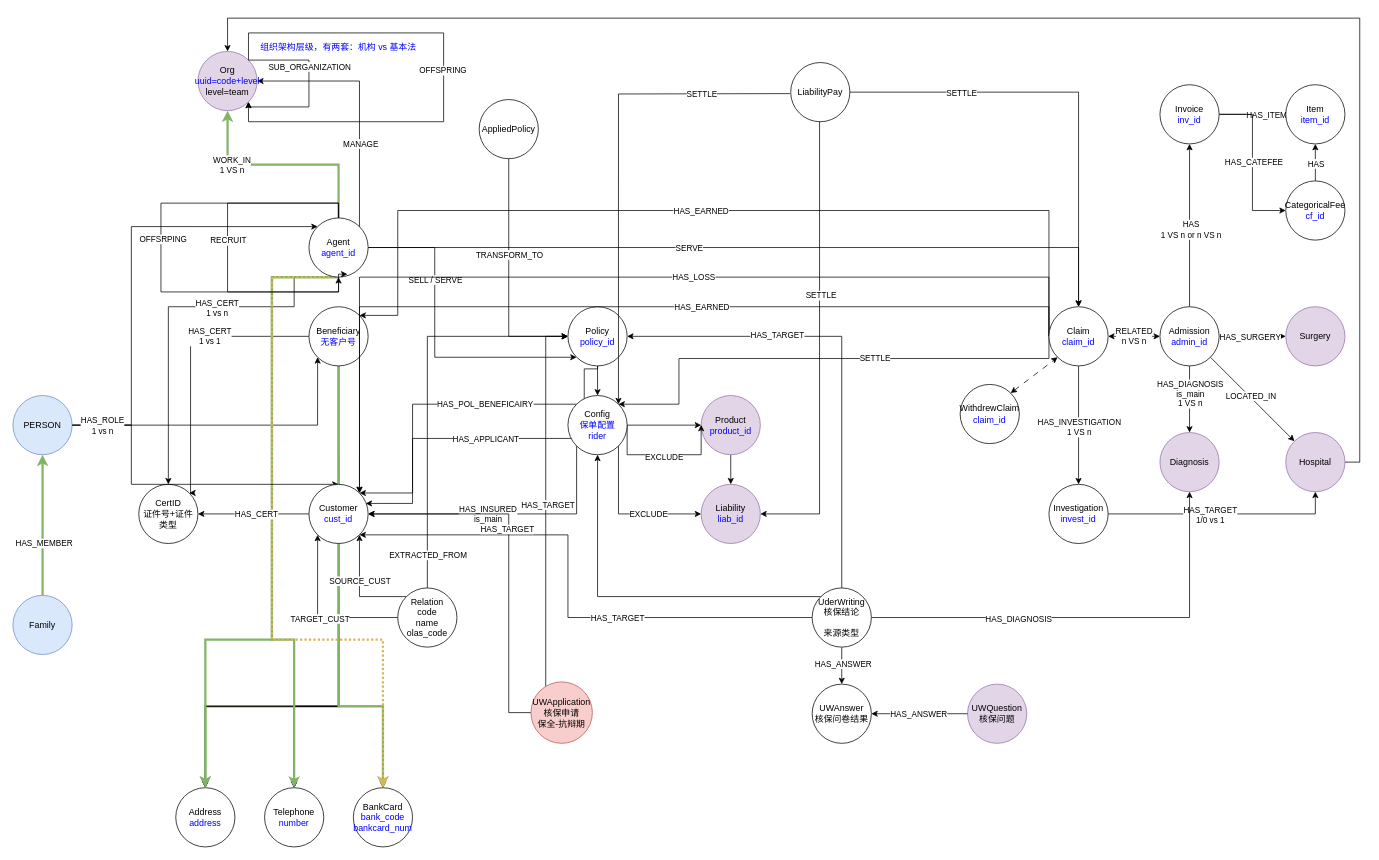
XiaoLiuAI/diagrams keeps this draw.io diagram as page "V1.3" (5 of 5) of 友邦/图拓扑设计.drawio. Above is the earlier version. Source tidied: cells renumbered, new cells numbered last; positions are measured from the earlier drawing's top-left corner, leaving out a move shared by most shapes. Both pictures are drawn from the tidied source at 74%, with x=0, y=0 at pixel (13, 18).
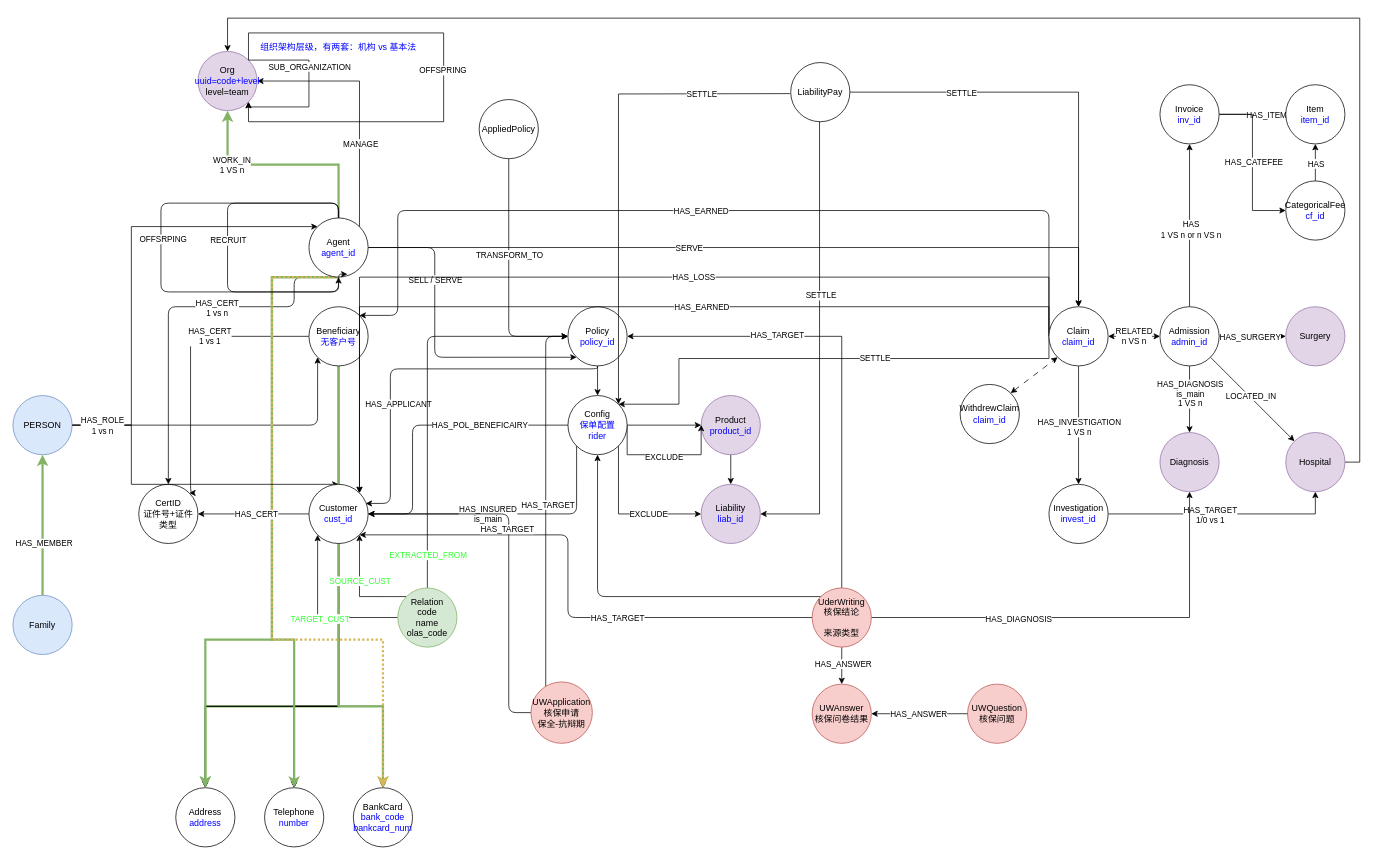
Above is the later version.

Commit message (it also covers changes not shown here):
更新图拓扑设计.drawio

Unchanged cells that the change refers to:
```xml
<mxCell id="9" value="CertID&lt;br&gt;证件号+证件类型" style="ellipse;whiteSpace=wrap;html=1;" parent="1" vertex="1">
  <mxGeometry x="170" y="630" width="80" height="80" as="geometry" />
</mxCell>
<mxCell id="21" value="Beneficiary&lt;br&gt;&lt;font color=&quot;#0000ff&quot;&gt;无客户号&lt;/font&gt;" style="ellipse;whiteSpace=wrap;html=1;" parent="1" vertex="1">
  <mxGeometry x="400" y="390" width="80" height="80" as="geometry" />
</mxCell>
<mxCell id="31" value="Agent&lt;br&gt;&lt;font color=&quot;#0000ff&quot;&gt;agent_id&lt;/font&gt;" style="ellipse;whiteSpace=wrap;html=1;" parent="1" vertex="1">
  <mxGeometry x="400" y="270" width="80" height="80" as="geometry" />
</mxCell>
<mxCell id="33" value="Policy&lt;br&gt;&lt;font color=&quot;#0000ff&quot;&gt;policy_id&lt;/font&gt;" style="ellipse;whiteSpace=wrap;html=1;" parent="1" vertex="1">
  <mxGeometry x="750" y="390" width="80" height="80" as="geometry" />
</mxCell>
<mxCell id="46" value="Config&lt;br&gt;&lt;font color=&quot;#0000ff&quot;&gt;保单配置&lt;br&gt;rider&lt;/font&gt;" style="ellipse;whiteSpace=wrap;html=1;" parent="1" vertex="1">
  <mxGeometry x="750" y="510" width="80" height="80" as="geometry" />
</mxCell>
<mxCell id="59" value="Claim&lt;br&gt;&lt;font color=&quot;#0000ff&quot;&gt;claim_id&lt;/font&gt;" style="ellipse;whiteSpace=wrap;html=1;" parent="1" vertex="1">
  <mxGeometry x="1400" y="390" width="80" height="80" as="geometry" />
</mxCell>
<mxCell id="100" value="AppliedPolicy" style="ellipse;whiteSpace=wrap;html=1;" parent="1" vertex="1">
  <mxGeometry x="630" y="110" width="80" height="80" as="geometry" />
</mxCell>
<mxCell id="111" value="Customer&lt;br&gt;&lt;font color=&quot;#0000ff&quot;&gt;cust_id&lt;/font&gt;" style="ellipse;whiteSpace=wrap;html=1;" parent="1" vertex="1">
  <mxGeometry x="400" y="630" width="80" height="80" as="geometry" />
</mxCell>
<mxCell id="134" value="UWApplication&lt;br&gt;核保申请&lt;br&gt;保全-抗辩期" style="ellipse;whiteSpace=wrap;html=1;fillColor=#f8cecc;strokeColor=#b85450;" parent="1" vertex="1">
  <mxGeometry x="700" y="897" width="83" height="83" as="geometry" />
</mxCell>
<mxCell id="139" style="edgeStyle=orthogonalEdgeStyle;rounded=0;jettySize=auto;html=1;exitX=0;exitY=0.5;exitDx=0;exitDy=0;entryX=0;entryY=1;entryDx=0;entryDy=0;" parent="1" edge="1" source="145" target="111">
  <mxGeometry relative="1" as="geometry" />
</mxCell>
<mxCell id="141" style="edgeStyle=orthogonalEdgeStyle;rounded=0;jettySize=auto;html=1;exitX=0;exitY=0;exitDx=0;exitDy=0;entryX=1;entryY=1;entryDx=0;entryDy=0;" parent="1" edge="1" source="145" target="111">
  <mxGeometry relative="1" as="geometry" />
</mxCell>
```

What changed in the source:
```diff
@@
-    <mxCell id="5" style="edgeStyle=orthogonalEdgeStyle;rounded=0;jettySize=auto;html=1;exitX=1;exitY=0;exitDx=0;exitDy=0;entryX=0;entryY=0.5;entryDx=0;entryDy=0;strokeColor=#000000;startArrow=classic;startFill=1;endArrow=none;endFill=0;" parent="1" edge="1" source="9" target="21">
+    <mxCell id="5" style="edgeStyle=orthogonalEdgeStyle;rounded=1;jettySize=auto;html=1;exitX=1;exitY=0;exitDx=0;exitDy=0;entryX=0;entryY=0.5;entryDx=0;entryDy=0;strokeColor=#000000;startArrow=classic;startFill=1;endArrow=none;endFill=0;" parent="1" edge="1" source="9" target="21">
       <mxGeometry relative="1" as="geometry">
         <Array as="points">
           <mxPoint x="240" y="430" />
         </Array>
       </mxGeometry>
     </mxCell>
@@
-    <mxCell id="7" style="edgeStyle=orthogonalEdgeStyle;rounded=0;jettySize=auto;html=1;exitX=0.5;exitY=0;exitDx=0;exitDy=0;fillColor=#d5e8d4;strokeColor=#000000;strokeWidth=1;endArrow=none;endFill=0;startArrow=classic;startFill=1;" parent="1" edge="1" source="9">
+    <mxCell id="7" style="edgeStyle=orthogonalEdgeStyle;rounded=1;jettySize=auto;html=1;exitX=0.5;exitY=0;exitDx=0;exitDy=0;fillColor=#d5e8d4;strokeColor=#000000;strokeWidth=1;endArrow=none;endFill=0;startArrow=classic;startFill=1;" parent="1" edge="1" source="9">
       <mxGeometry relative="1" as="geometry">
         <mxPoint x="440" y="350" as="targetPoint" />
         <Array as="points">
           <mxPoint x="210" y="390" />
           <mxPoint x="380" y="390" />
           <mxPoint x="380" y="350" />
         </Array>
       </mxGeometry>
     </mxCell>
@@
-    <mxCell id="17" style="edgeStyle=orthogonalEdgeStyle;rounded=0;jettySize=auto;html=1;exitX=1;exitY=0;exitDx=0;exitDy=0;entryX=0;entryY=0;entryDx=0;entryDy=0;endArrow=none;endFill=0;startArrow=classic;startFill=1;fillColor=#d5e8d4;strokeColor=#000000;strokeWidth=1;" parent="1" edge="1" source="111" target="46">
+    <mxCell id="17" style="edgeStyle=orthogonalEdgeStyle;rounded=1;jettySize=auto;html=1;exitX=1;exitY=0;exitDx=0;exitDy=0;entryX=0;entryY=0.5;entryDx=0;entryDy=0;endArrow=none;endFill=0;startArrow=classic;startFill=1;fillColor=#d5e8d4;strokeColor=#000000;strokeWidth=1;jumpStyle=none;" parent="1" edge="1" target="46">
       <mxGeometry relative="1" as="geometry">
+        <mxPoint x="468.3" y="670" as="sourcePoint" />
         <Array as="points">
-          <mxPoint x="540" y="642" />
-          <mxPoint x="540" y="522" />
+          <mxPoint x="540" y="670" />
+          <mxPoint x="540" y="550" />
         </Array>
       </mxGeometry>
     </mxCell>
@@
-    <mxCell id="20" style="edgeStyle=orthogonalEdgeStyle;rounded=0;jettySize=auto;html=1;exitX=0;exitY=1;exitDx=0;exitDy=0;startArrow=classic;startFill=1;endArrow=none;endFill=0;strokeWidth=1;strokeColor=#000000;" parent="1" edge="1" source="21">
+    <mxCell id="20" style="edgeStyle=orthogonalEdgeStyle;rounded=1;jettySize=auto;html=1;exitX=0;exitY=1;exitDx=0;exitDy=0;startArrow=classic;startFill=1;endArrow=none;endFill=0;strokeWidth=1;strokeColor=#000000;" parent="1" edge="1" source="21">
       <mxGeometry relative="1" as="geometry">
         <mxPoint x="80" y="550" as="targetPoint" />
         <Array as="points">
           <mxPoint x="412" y="550" />
         </Array>
       </mxGeometry>
     </mxCell>
@@
-    <mxCell id="24" style="edgeStyle=orthogonalEdgeStyle;rounded=0;jettySize=auto;html=1;exitX=1;exitY=0.5;exitDx=0;exitDy=0;entryX=0;entryY=1;entryDx=0;entryDy=0;fillColor=#d5e8d4;strokeColor=#000000;strokeWidth=1;" parent="1" edge="1" source="31" target="33">
+    <mxCell id="24" style="edgeStyle=orthogonalEdgeStyle;rounded=1;jettySize=auto;html=1;exitX=1;exitY=0.5;exitDx=0;exitDy=0;entryX=0;entryY=1;entryDx=0;entryDy=0;fillColor=#d5e8d4;strokeColor=#000000;strokeWidth=1;" parent="1" edge="1" source="31" target="33">
       <mxGeometry relative="1" as="geometry">
         <Array as="points">
           <mxPoint x="570" y="310" />
           <mxPoint x="570" y="458" />
         </Array>
       </mxGeometry>
     </mxCell>
@@
-    <mxCell id="38" style="edgeStyle=orthogonalEdgeStyle;rounded=0;jettySize=auto;html=1;exitX=0;exitY=1;exitDx=0;exitDy=0;entryX=1;entryY=0.5;entryDx=0;entryDy=0;strokeWidth=1;fillColor=#d5e8d4;strokeColor=#000000;" parent="1" edge="1" source="46" target="111">
+    <mxCell id="38" style="edgeStyle=orthogonalEdgeStyle;rounded=1;jettySize=auto;html=1;exitX=0;exitY=1;exitDx=0;exitDy=0;entryX=1;entryY=0.5;entryDx=0;entryDy=0;strokeWidth=1;fillColor=#d5e8d4;strokeColor=#000000;" parent="1" edge="1" source="46" target="111">
       <mxGeometry relative="1" as="geometry">
         <Array as="points">
           <mxPoint x="762" y="670" />
         </Array>
       </mxGeometry>
     </mxCell>
@@
-    <mxCell id="40" style="edgeStyle=orthogonalEdgeStyle;rounded=0;jettySize=auto;html=1;exitX=0.5;exitY=1;exitDx=0;exitDy=0;entryX=0.958;entryY=0.323;entryDx=0;entryDy=0;fillColor=#d5e8d4;strokeColor=#000000;strokeWidth=1;entryPerimeter=0;" parent="1" edge="1" source="33" target="111">
+    <mxCell id="40" style="edgeStyle=orthogonalEdgeStyle;rounded=1;jettySize=auto;html=1;exitX=0.5;exitY=1;exitDx=0;exitDy=0;entryX=0.958;entryY=0.323;entryDx=0;entryDy=0;fillColor=#d5e8d4;strokeColor=#000000;strokeWidth=1;entryPerimeter=0;" parent="1" edge="1" source="33" target="111">
       <mxGeometry relative="1" as="geometry">
         <Array as="points">
           <mxPoint x="790" y="474" />
-          <mxPoint x="772" y="474" />
-          <mxPoint x="772" y="568" />
-          <mxPoint x="540" y="568" />
-          <mxPoint x="540" y="656" />
+          <mxPoint x="510" y="474" />
+          <mxPoint x="510" y="656" />
         </Array>
       </mxGeometry>
     </mxCell>
     <mxCell id="41" value="HAS_APPLICANT" style="edgeLabel;html=1;align=center;verticalAlign=middle;" parent="40" vertex="1">
       <mxGeometry x="0.27" relative="1" as="geometry">
-        <mxPoint x="67" as="offset" />
+        <mxPoint x="10" y="14" as="offset" />
       </mxGeometry>
     </mxCell>
@@
-    <mxCell id="51" style="edgeStyle=orthogonalEdgeStyle;rounded=0;jettySize=auto;html=1;exitX=0;exitY=0;exitDx=0;exitDy=0;entryX=1;entryY=0;entryDx=0;entryDy=0;" parent="1" edge="1" source="59" target="21">
+    <mxCell id="51" style="edgeStyle=orthogonalEdgeStyle;rounded=1;jettySize=auto;html=1;exitX=0;exitY=0;exitDx=0;exitDy=0;entryX=1;entryY=0;entryDx=0;entryDy=0;" parent="1" edge="1" source="59" target="21">
       <mxGeometry relative="1" as="geometry">
         <Array as="points">
           <mxPoint x="1412" y="430" />
           <mxPoint x="1400" y="430" />
           <mxPoint x="1400" y="260" />
           <mxPoint x="520" y="260" />
           <mxPoint x="520" y="402" />
         </Array>
       </mxGeometry>
     </mxCell>
@@
-    <mxCell id="98" style="edgeStyle=orthogonalEdgeStyle;rounded=0;jettySize=auto;html=1;exitX=0.5;exitY=1;exitDx=0;exitDy=0;entryX=0;entryY=0.5;entryDx=0;entryDy=0;" parent="1" edge="1" source="100" target="33">
+    <mxCell id="98" style="edgeStyle=orthogonalEdgeStyle;rounded=1;jettySize=auto;html=1;exitX=0.5;exitY=1;exitDx=0;exitDy=0;entryX=0;entryY=0.5;entryDx=0;entryDy=0;" parent="1" edge="1" source="100" target="33">
       <mxGeometry relative="1" as="geometry" />
     </mxCell>
@@
-    <mxCell id="114" style="edgeStyle=orthogonalEdgeStyle;rounded=0;jettySize=auto;html=1;exitX=0;exitY=0;exitDx=0;exitDy=0;entryX=0.5;entryY=1;entryDx=0;entryDy=0;" parent="1" edge="1" source="121" target="46">
+    <mxCell id="114" style="edgeStyle=orthogonalEdgeStyle;rounded=1;jettySize=auto;html=1;exitX=0;exitY=0;exitDx=0;exitDy=0;entryX=0.5;entryY=1;entryDx=0;entryDy=0;jumpStyle=arc;shadow=0;" parent="1" edge="1" source="121" target="46">
       <mxGeometry relative="1" as="geometry" />
     </mxCell>
-    <mxCell id="115" style="edgeStyle=orthogonalEdgeStyle;rounded=0;jettySize=auto;html=1;exitX=0;exitY=0.5;exitDx=0;exitDy=0;entryX=1;entryY=1;entryDx=0;entryDy=0;" parent="1" edge="1" source="121" target="111">
+    <mxCell id="115" style="edgeStyle=orthogonalEdgeStyle;rounded=1;jettySize=auto;html=1;exitX=0;exitY=0.5;exitDx=0;exitDy=0;entryX=1;entryY=1;entryDx=0;entryDy=0;" parent="1" edge="1" source="121" target="111">
       <mxGeometry relative="1" as="geometry">
         <Array as="points">
           <mxPoint x="750" y="810" />
           <mxPoint x="750" y="698" />
         </Array>
       </mxGeometry>
     </mxCell>
@@
-    <mxCell id="121" value="UderWriting&lt;br&gt;核保结论&lt;br&gt;&lt;br&gt;来源类型" style="ellipse;whiteSpace=wrap;html=1;" parent="1" vertex="1">
+    <mxCell id="121" value="UderWriting&lt;br&gt;核保结论&lt;br&gt;&lt;br&gt;来源类型" style="ellipse;whiteSpace=wrap;html=1;fillColor=#f8cecc;strokeColor=#b85450;" parent="1" vertex="1">
       <mxGeometry x="1080" y="770" width="80" height="80" as="geometry" />
     </mxCell>
-    <mxCell id="122" value="UWQuestion&lt;br&gt;核保问题" style="ellipse;whiteSpace=wrap;html=1;fillColor=#e1d5e7;strokeColor=#9673a6;" parent="1" vertex="1">
+    <mxCell id="122" value="UWQuestion&lt;br&gt;核保问题" style="ellipse;whiteSpace=wrap;html=1;fillColor=#f8cecc;strokeColor=#b85450;" parent="1" vertex="1">
       <mxGeometry x="1290" y="900" width="80" height="80" as="geometry" />
     </mxCell>
@@
-    <mxCell id="125" value="UWAnswer&lt;br&gt;核保问卷结果" style="ellipse;whiteSpace=wrap;html=1;" parent="1" vertex="1">
+    <mxCell id="125" value="UWAnswer&lt;br&gt;核保问卷结果" style="ellipse;whiteSpace=wrap;html=1;fillColor=#f8cecc;strokeColor=#b85450;" parent="1" vertex="1">
       <mxGeometry x="1080" y="900" width="80" height="80" as="geometry" />
     </mxCell>
-    <mxCell id="126" style="edgeStyle=orthogonalEdgeStyle;rounded=0;orthogonalLoop=1;jettySize=auto;html=1;exitX=0.5;exitY=0;exitDx=0;exitDy=0;entryX=0.5;entryY=1;entryDx=0;entryDy=0;" parent="1" edge="1" source="31" target="31">
+    <mxCell id="126" style="edgeStyle=orthogonalEdgeStyle;rounded=1;orthogonalLoop=1;jettySize=auto;html=1;exitX=0.5;exitY=0;exitDx=0;exitDy=0;entryX=0.5;entryY=1;entryDx=0;entryDy=0;" parent="1" edge="1" source="31" target="31">
       <mxGeometry relative="1" as="geometry">
         <Array as="points">
           <mxPoint x="440" y="250" />
           <mxPoint x="290" y="250" />
           <mxPoint x="290" y="370" />
           <mxPoint x="440" y="370" />
         </Array>
       </mxGeometry>
     </mxCell>
@@
-    <mxCell id="130" style="edgeStyle=orthogonalEdgeStyle;rounded=0;jettySize=auto;html=1;" parent="1" edge="1" source="134">
+    <mxCell id="130" style="edgeStyle=orthogonalEdgeStyle;rounded=1;jettySize=auto;html=1;" parent="1" edge="1" source="134">
       <mxGeometry relative="1" as="geometry">
         <mxPoint x="750" y="430" as="targetPoint" />
         <Array as="points">
           <mxPoint x="720" y="430" />
         </Array>
       </mxGeometry>
     </mxCell>
@@
-    <mxCell id="132" style="edgeStyle=orthogonalEdgeStyle;rounded=0;jettySize=auto;html=1;exitX=0;exitY=0.5;exitDx=0;exitDy=0;entryX=1;entryY=0.5;entryDx=0;entryDy=0;" parent="1" edge="1" source="134" target="111">
+    <mxCell id="132" style="edgeStyle=orthogonalEdgeStyle;rounded=1;jettySize=auto;html=1;exitX=0;exitY=0.5;exitDx=0;exitDy=0;entryX=1;entryY=0.5;entryDx=0;entryDy=0;" parent="1" edge="1" source="134" target="111">
       <mxGeometry relative="1" as="geometry">
         <Array as="points">
           <mxPoint x="670" y="939" />
           <mxPoint x="670" y="670" />
         </Array>
       </mxGeometry>
     </mxCell>
@@
-    <mxCell id="135" style="edgeStyle=orthogonalEdgeStyle;rounded=0;orthogonalLoop=1;jettySize=auto;html=1;exitX=0.5;exitY=0;exitDx=0;exitDy=0;entryX=0.65;entryY=0.95;entryDx=0;entryDy=0;entryPerimeter=0;" parent="1" edge="1" source="31" target="31">
+    <mxCell id="135" style="edgeStyle=orthogonalEdgeStyle;rounded=1;orthogonalLoop=1;jettySize=auto;html=1;exitX=0.5;exitY=0;exitDx=0;exitDy=0;entryX=0.65;entryY=0.95;entryDx=0;entryDy=0;entryPerimeter=0;" parent="1" edge="1" source="31" target="31">
       <mxGeometry relative="1" as="geometry">
         <Array as="points">
           <mxPoint x="440" y="250" />
           <mxPoint x="200" y="250" />
           <mxPoint x="200" y="370" />
           <mxPoint x="440" y="370" />
           <mxPoint x="440" y="346" />
         </Array>
       </mxGeometry>
     </mxCell>
@@
-    <mxCell id="140" value="TARGET_CUST" style="edgeLabel;html=1;align=center;verticalAlign=middle;" parent="139" vertex="1">
+    <mxCell id="140" value="TARGET_CUST" style="edgeLabel;html=1;align=center;verticalAlign=middle;fontColor=#33FF33;" parent="139" vertex="1">
       <mxGeometry x="-0.04" y="1" relative="1" as="geometry" />
     </mxCell>
@@
-    <mxCell id="142" value="SOURCE_CUST" style="edgeLabel;html=1;align=center;verticalAlign=middle;" parent="141" vertex="1">
+    <mxCell id="142" value="SOURCE_CUST" style="edgeLabel;html=1;align=center;verticalAlign=middle;fontColor=#33FF33;" parent="141" vertex="1">
       <mxGeometry x="0.16" relative="1" as="geometry" />
     </mxCell>
-    <mxCell id="143" style="edgeStyle=orthogonalEdgeStyle;rounded=0;jettySize=auto;html=1;exitX=0.5;exitY=0;exitDx=0;exitDy=0;entryX=0;entryY=0.5;entryDx=0;entryDy=0;" parent="1" edge="1" source="145" target="33">
+    <mxCell id="143" style="edgeStyle=orthogonalEdgeStyle;rounded=1;jettySize=auto;html=1;exitX=0.5;exitY=0;exitDx=0;exitDy=0;entryX=0;entryY=0.5;entryDx=0;entryDy=0;" parent="1" edge="1" source="145" target="33">
       <mxGeometry relative="1" as="geometry" />
     </mxCell>
-    <mxCell id="144" value="EXTRACTED_FROM" style="edgeLabel;html=1;align=center;verticalAlign=middle;" parent="143" vertex="1">
+    <mxCell id="144" value="EXTRACTED_FROM" style="edgeLabel;html=1;align=center;verticalAlign=middle;fontColor=#33FF33;" parent="143" vertex="1">
       <mxGeometry x="-0.83" relative="1" as="geometry" />
     </mxCell>
-    <mxCell id="145" value="Relation&lt;br&gt;code&lt;br&gt;name&lt;br&gt;olas_code&lt;br&gt;" style="ellipse;whiteSpace=wrap;html=1;" parent="1" vertex="1">
+    <mxCell id="145" value="Relation&lt;br&gt;code&lt;br&gt;name&lt;br&gt;olas_code&lt;br&gt;" style="ellipse;whiteSpace=wrap;html=1;fillColor=#d5e8d4;strokeColor=#82b366;" parent="1" vertex="1">
       <mxGeometry x="520" y="770" width="80" height="80" as="geometry" />
     </mxCell>
```
